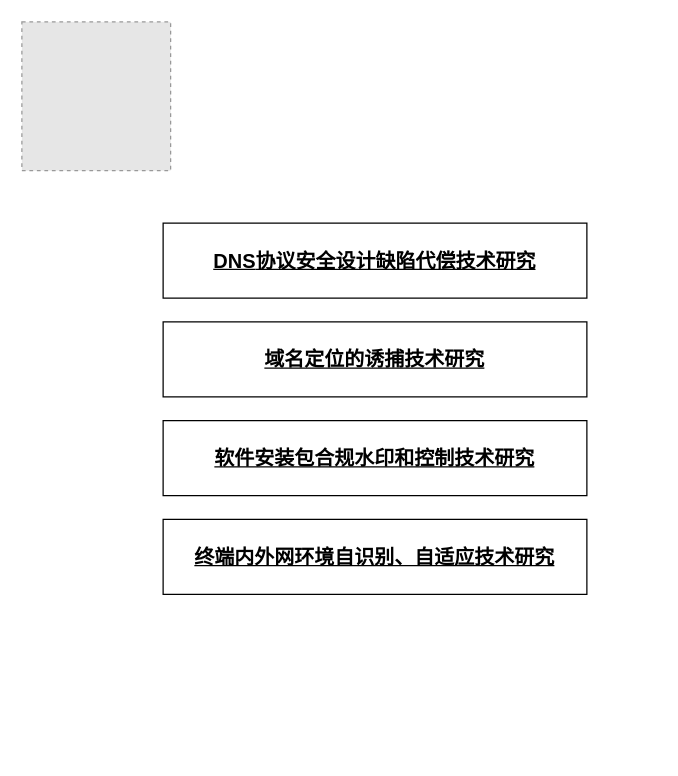
Earlier version of the draw.io diagram page "第 15 页" (15 of 16) of drawio/dns.drawio (raingnight/Blog_Pic). Source tidied: cells renumbered, new cells numbered last; positions are measured from the earlier drawing's top-left corner, leaving out a move shared by most shapes. Both pictures are drawn from the tidied source at 125%, with x=0, y=0 at pixel (21, 21). Pictures stored in the file or linked from it are replaced by grey dashed boxes.
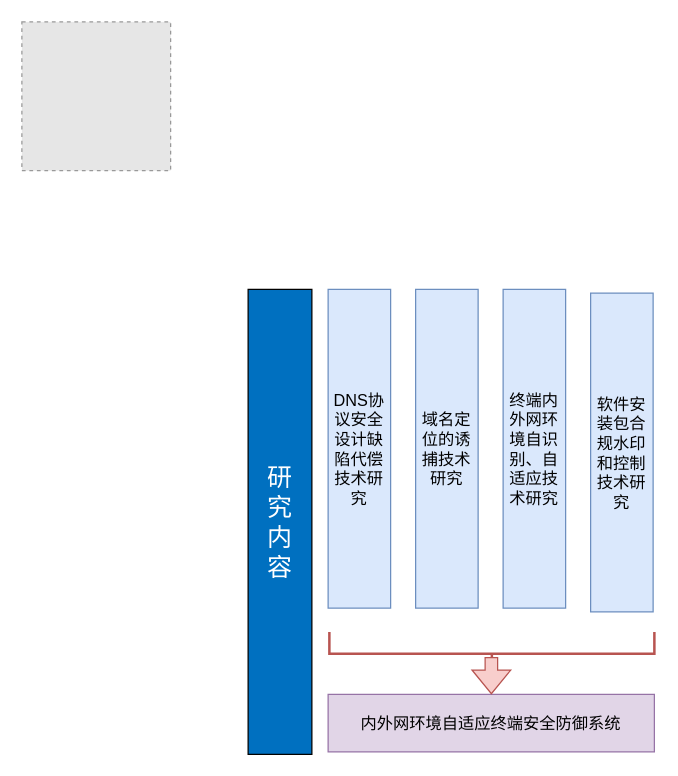
The same diagram, later.

What changed in the source:
```diff
@@
 <mxGraphModel>
   <root>
     <mxCell id="0" />
     <mxCell id="1" parent="0" />
     <mxCell id="2" style="fillColor=#E6E6E6;strokeColor=#999999;dashed=1;verticalLabelPosition=bottom;verticalAlign=top;" parent="1" vertex="1">
       <mxGeometry width="119" height="119" as="geometry" />
     </mxCell>
-    <mxCell id="3" value="&lt;b style=&quot;font-size: 16px;&quot;&gt;&lt;u style=&quot;font-size: 16px;&quot;&gt;DNS&lt;span style=&quot;font-size: 16px; font-family: 微软雅黑, sans-serif;&quot;&gt;协议安全设计缺陷代偿技术研究&lt;/span&gt;&lt;/u&gt;&lt;/b&gt;" style="rounded=0;whiteSpace=wrap;html=1;fontSize=16;" parent="1" vertex="1">
-      <mxGeometry x="113" y="161" width="339" height="60" as="geometry" />
+    <mxCell id="3" value="&lt;span style=&quot;font-size: 13px;&quot;&gt;&lt;span style=&quot;font-size: 13px;&quot;&gt;DNS&lt;span style=&quot;font-size: 13px; font-family: 微软雅黑, sans-serif;&quot;&gt;协议安全设计缺陷代偿技术研究&lt;/span&gt;&lt;/span&gt;&lt;/span&gt;" style="rounded=0;whiteSpace=wrap;html=1;fontSize=13;fontStyle=0;fillColor=#dae8fc;strokeColor=#6c8ebf;" parent="1" vertex="1">
+      <mxGeometry x="245" y="214" width="50" height="255" as="geometry" />
     </mxCell>
-    <mxCell id="4" value="&lt;b style=&quot;font-size: 16px;&quot;&gt;&lt;u style=&quot;font-size: 16px;&quot;&gt;域名定位的诱捕技术研究&lt;/u&gt;&lt;/b&gt;" style="rounded=0;whiteSpace=wrap;html=1;fontSize=16;" parent="1" vertex="1">
-      <mxGeometry x="113" y="240" width="339" height="60" as="geometry" />
+    <mxCell id="4" value="&lt;span style=&quot;font-size: 13px;&quot;&gt;&lt;span style=&quot;font-size: 13px;&quot;&gt;域名定位的诱捕技术研究&lt;/span&gt;&lt;/span&gt;" style="rounded=0;whiteSpace=wrap;html=1;fontSize=13;fontStyle=0;fillColor=#dae8fc;strokeColor=#6c8ebf;" parent="1" vertex="1">
+      <mxGeometry x="315" y="214" width="50" height="255" as="geometry" />
     </mxCell>
-    <mxCell id="5" value="&lt;b style=&quot;font-size: 16px;&quot;&gt;&lt;u style=&quot;font-size: 16px;&quot;&gt;软件安装包合规水印和控制技术研究&lt;/u&gt;&lt;/b&gt;" style="rounded=0;whiteSpace=wrap;html=1;fontSize=16;" parent="1" vertex="1">
-      <mxGeometry x="113" y="319" width="339" height="60" as="geometry" />
+    <mxCell id="5" value="&lt;span style=&quot;font-size: 13px;&quot;&gt;&lt;span style=&quot;font-size: 13px;&quot;&gt;软件安装包合规水印和控制技术研究&lt;/span&gt;&lt;/span&gt;" style="rounded=0;whiteSpace=wrap;html=1;fontSize=13;fontStyle=0;fillColor=#dae8fc;strokeColor=#6c8ebf;" parent="1" vertex="1">
+      <mxGeometry x="455" y="217" width="50" height="255" as="geometry" />
     </mxCell>
-    <mxCell id="6" value="&lt;b style=&quot;font-size: 16px;&quot;&gt;&lt;u style=&quot;font-size: 16px;&quot;&gt;终端内外网环境自识别、自适应技术研究&lt;/u&gt;&lt;/b&gt;" style="rounded=0;whiteSpace=wrap;html=1;fontSize=16;" parent="1" vertex="1">
-      <mxGeometry x="113" y="398" width="339" height="60" as="geometry" />
+    <mxCell id="6" value="&lt;span style=&quot;font-size: 13px;&quot;&gt;&lt;span style=&quot;font-size: 13px;&quot;&gt;终端内外网环境自识别、自适应技术研究&lt;/span&gt;&lt;/span&gt;" style="rounded=0;whiteSpace=wrap;html=1;fontSize=13;fontStyle=0;fillColor=#dae8fc;strokeColor=#6c8ebf;" parent="1" vertex="1">
+      <mxGeometry x="385" y="214" width="50" height="255" as="geometry" />
     </mxCell>
+    <mxCell id="7" value="内外网环境自适应终端安全防御系统" style="rounded=0;whiteSpace=wrap;html=1;fontSize=13;fillColor=#e1d5e7;strokeColor=#9673a6;" parent="1" vertex="1">
+      <mxGeometry x="245" y="538" width="261" height="46" as="geometry" />
+    </mxCell>
+    <mxCell id="8" style="strokeWidth=2;html=1;shape=mxgraph.flowchart.annotation_2;align=left;labelPosition=right;rotation=0;direction=north;fillColor=#f8cecc;strokeColor=#b85450;" parent="1" vertex="1">
+      <mxGeometry x="246" y="488" width="260" height="35" as="geometry" />
+    </mxCell>
+    <mxCell id="9" style="shape=flexArrow;endArrow=classic;html=1;rounded=0;fillColor=#f8cecc;strokeColor=#b85450;" parent="1" edge="1">
+      <mxGeometry relative="1" as="geometry">
+        <mxPoint x="375.6" y="508" as="sourcePoint" />
+        <mxPoint x="375.6" y="538" as="targetPoint" />
+      </mxGeometry>
+    </mxCell>
+    <mxCell id="10" value="&lt;font style=&quot;font-size: 20px;&quot;&gt;研&lt;br&gt;究&lt;br&gt;内&lt;br&gt;容&lt;/font&gt;" style="rounded=0;whiteSpace=wrap;html=1;fillColor=#0070c0;fontColor=#ffffff;" parent="1" vertex="1">
+      <mxGeometry x="181" y="214" width="51" height="372" as="geometry" />
+    </mxCell>
   </root>
 </mxGraphModel>
```
